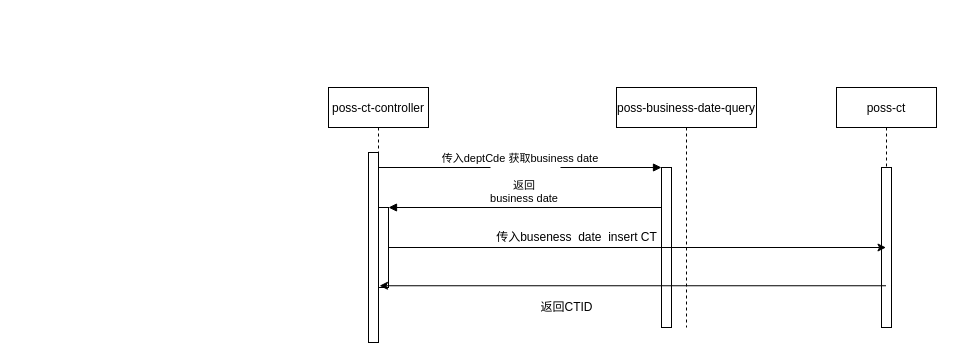
Before: BusinessDate.drawio in chenxh3799/diagrams, a draw.io diagram. Source tidied: cells renumbered, new cells numbered last; positions are measured from the earlier drawing's top-left corner, leaving out a move shared by most shapes. Both pictures are drawn from the tidied source at 100%, with x=0, y=0 at pixel (328, 87).
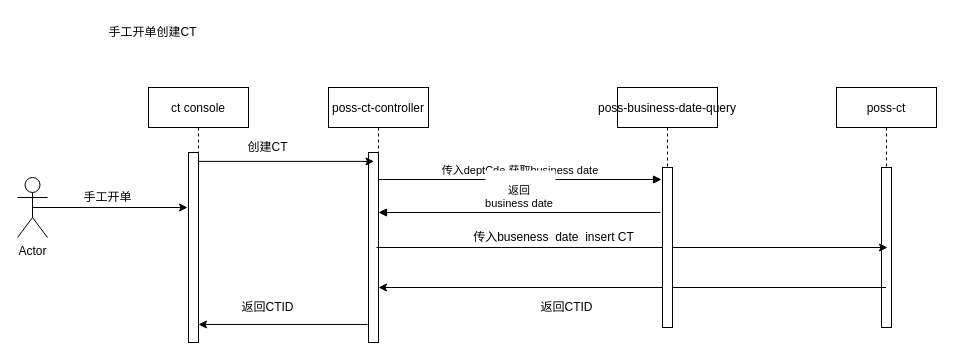
After the change.

Unchanged cells that the change refers to:
```xml
<mxCell id="2" value="poss-ct-controller" style="shape=umlLifeline;perimeter=lifelinePerimeter;rounded=0;shadow=0;strokeWidth=1;" parent="1" vertex="1">
  <mxGeometry width="100" height="250" as="geometry" />
</mxCell>
<mxCell id="3" style="points=[];perimeter=orthogonalPerimeter;rounded=0;shadow=0;strokeWidth=1;" parent="2" vertex="1">
  <mxGeometry x="40" y="65" width="10" height="190" as="geometry" />
</mxCell>
<mxCell id="9" value="poss-ct" style="shape=umlLifeline;perimeter=lifelinePerimeter;rounded=0;shadow=0;strokeWidth=1;" parent="1" vertex="1">
  <mxGeometry x="508" width="100" height="240" as="geometry" />
</mxCell>
<mxCell id="10" style="points=[];perimeter=orthogonalPerimeter;rounded=0;shadow=0;strokeWidth=1;" parent="9" vertex="1">
  <mxGeometry x="45" y="80" width="10" height="160" as="geometry" />
</mxCell>
```

The edit, as a diff of the source:
```diff
@@
-    <mxCell id="4" style="points=[];perimeter=orthogonalPerimeter;rounded=0;shadow=0;strokeWidth=1;" parent="2" vertex="1">
-      <mxGeometry x="50" y="120" width="10" height="80" as="geometry" />
-    </mxCell>
-    <mxCell id="5" value="poss-business-date-query" style="shape=umlLifeline;perimeter=lifelinePerimeter;rounded=0;shadow=0;strokeWidth=1;" parent="1" vertex="1">
-      <mxGeometry x="288" width="140" height="240" as="geometry" />
-    </mxCell>
-    <mxCell id="6" style="points=[];perimeter=orthogonalPerimeter;rounded=0;shadow=0;strokeWidth=1;" parent="5" vertex="1">
-      <mxGeometry x="45" y="80" width="10" height="160" as="geometry" />
-    </mxCell>
-    <mxCell id="7" value="传入deptCde 获取business date" style="verticalAlign=bottom;endArrow=block;entryX=0;entryY=0;shadow=0;strokeWidth=1;" parent="1" edge="1" source="3" target="6">
-      <mxGeometry relative="1" as="geometry" />
+    <mxCell id="7" value="传入deptCde 获取business date" style="verticalAlign=bottom;endArrow=block;entryX=0;entryY=0;shadow=0;strokeWidth=1;" parent="1" edge="1">
+      <mxGeometry relative="1" as="geometry">
+        <mxPoint x="50" y="92" as="sourcePoint" />
+        <mxPoint x="333" y="92" as="targetPoint" />
+      </mxGeometry>
     </mxCell>
-    <mxCell id="8" value="&#10;返回&#10;business date" style="verticalAlign=bottom;endArrow=block;entryX=1;entryY=0;shadow=0;strokeWidth=1;" parent="1" edge="1" source="6" target="4">
-      <mxGeometry relative="1" as="geometry" />
+    <mxCell id="8" value="&#10;返回&#10;business date" style="verticalAlign=bottom;endArrow=block;entryX=0.51;entryY=0.5;shadow=0;strokeWidth=1;entryDx=0;entryDy=0;entryPerimeter=0;" parent="1" edge="1">
+      <mxGeometry relative="1" as="geometry">
+        <mxPoint x="332" y="125" as="sourcePoint" />
+        <mxPoint x="50" y="125" as="targetPoint" />
+      </mxGeometry>
     </mxCell>
@@
-    <mxCell id="11" style="endArrow=classic;html=1;rounded=0;" parent="1" edge="1" source="4" target="9">
-      <mxGeometry relative="1" as="geometry" />
+    <mxCell id="11" style="endArrow=classic;html=1;rounded=0;entryX=0.6;entryY=0.5;entryDx=0;entryDy=0;entryPerimeter=0;" parent="1" edge="1" target="10">
+      <mxGeometry relative="1" as="geometry">
+        <mxPoint x="48" y="160" as="sourcePoint" />
+      </mxGeometry>
     </mxCell>
     <mxCell id="12" value="传入buseness&amp;nbsp; date&amp;nbsp; insert CT" style="text;html=1;align=center;verticalAlign=middle;strokeColor=none;fillColor=none;" parent="1" vertex="1">
-      <mxGeometry x="158" y="135" width="180" height="30" as="geometry" />
+      <mxGeometry x="135" y="135" width="180" height="30" as="geometry" />
     </mxCell>
-    <mxCell id="13" style="endArrow=classic;html=1;rounded=0;entryX=0.51;entryY=0.793;entryDx=0;entryDy=0;entryPerimeter=0;" parent="1" edge="1" source="9" target="2">
-      <mxGeometry relative="1" as="geometry" />
+    <mxCell id="13" style="endArrow=classic;html=1;rounded=0;" parent="1" edge="1" source="9">
+      <mxGeometry relative="1" as="geometry">
+        <mxPoint x="50" y="200" as="targetPoint" />
+      </mxGeometry>
     </mxCell>
@@
+    <mxCell id="15" value="ct console" style="shape=umlLifeline;perimeter=lifelinePerimeter;rounded=0;shadow=0;strokeWidth=1;" parent="1" vertex="1">
+      <mxGeometry x="-180" width="100" height="250" as="geometry" />
+    </mxCell>
+    <mxCell id="16" style="points=[];perimeter=orthogonalPerimeter;rounded=0;shadow=0;strokeWidth=1;" parent="15" vertex="1">
+      <mxGeometry x="40" y="65" width="10" height="190" as="geometry" />
+    </mxCell>
+    <mxCell id="17" style="endArrow=classic;html=1;rounded=0;exitX=0.5;exitY=0.5;exitDx=0;exitDy=0;exitPerimeter=0;" parent="15" edge="1" source="19">
+      <mxGeometry relative="1" as="geometry">
+        <mxPoint x="39" y="120" as="targetPoint" />
+      </mxGeometry>
+    </mxCell>
+    <mxCell id="18" value="手工开单创建CT" style="text;html=1;align=center;verticalAlign=middle;strokeColor=none;fillColor=none;" parent="1" vertex="1">
+      <mxGeometry x="-231" y="-70" width="110" height="30" as="geometry" />
+    </mxCell>
+    <mxCell id="19" value="Actor" style="shape=umlActor;verticalLabelPosition=bottom;verticalAlign=top;html=1;outlineConnect=0;" parent="1" vertex="1">
+      <mxGeometry x="-311" y="90" width="30" height="60" as="geometry" />
+    </mxCell>
+    <mxCell id="20" style="endArrow=classic;html=1;rounded=0;exitX=1.4;exitY=0.047;exitDx=0;exitDy=0;exitPerimeter=0;" parent="1" edge="1">
+      <mxGeometry relative="1" as="geometry">
+        <mxPoint x="-130" y="73.9" as="sourcePoint" />
+        <mxPoint x="45.5" y="73.9" as="targetPoint" />
+      </mxGeometry>
+    </mxCell>
+    <mxCell id="21" value="创建CT" style="text;html=1;align=center;verticalAlign=middle;strokeColor=none;fillColor=none;" parent="1" vertex="1">
+      <mxGeometry x="-91" y="45" width="60" height="30" as="geometry" />
+    </mxCell>
+    <mxCell id="22" style="endArrow=classic;html=1;rounded=0;exitX=-0.1;exitY=0.905;exitDx=0;exitDy=0;exitPerimeter=0;" parent="1" edge="1" source="3" target="16">
+      <mxGeometry relative="1" as="geometry" />
+    </mxCell>
+    <mxCell id="23" value="返回CTID" style="text;html=1;align=center;verticalAlign=middle;strokeColor=none;fillColor=none;" parent="1" vertex="1">
+      <mxGeometry x="-101" y="205" width="80" height="30" as="geometry" />
+    </mxCell>
+    <mxCell id="24" value="手工开单&lt;br&gt;" style="text;html=1;align=center;verticalAlign=middle;strokeColor=none;fillColor=none;" parent="1" vertex="1">
+      <mxGeometry x="-256" y="95" width="70" height="30" as="geometry" />
+    </mxCell>
+    <mxCell id="5" value="poss-business-date-query" style="shape=umlLifeline;perimeter=lifelinePerimeter;rounded=0;shadow=0;strokeWidth=1;" parent="1" vertex="1">
+      <mxGeometry x="289" width="100" height="240" as="geometry" />
+    </mxCell>
+    <mxCell id="6" style="points=[];perimeter=orthogonalPerimeter;rounded=0;shadow=0;strokeWidth=1;" parent="5" vertex="1">
+      <mxGeometry x="45" y="80" width="10" height="160" as="geometry" />
+    </mxCell>
```
